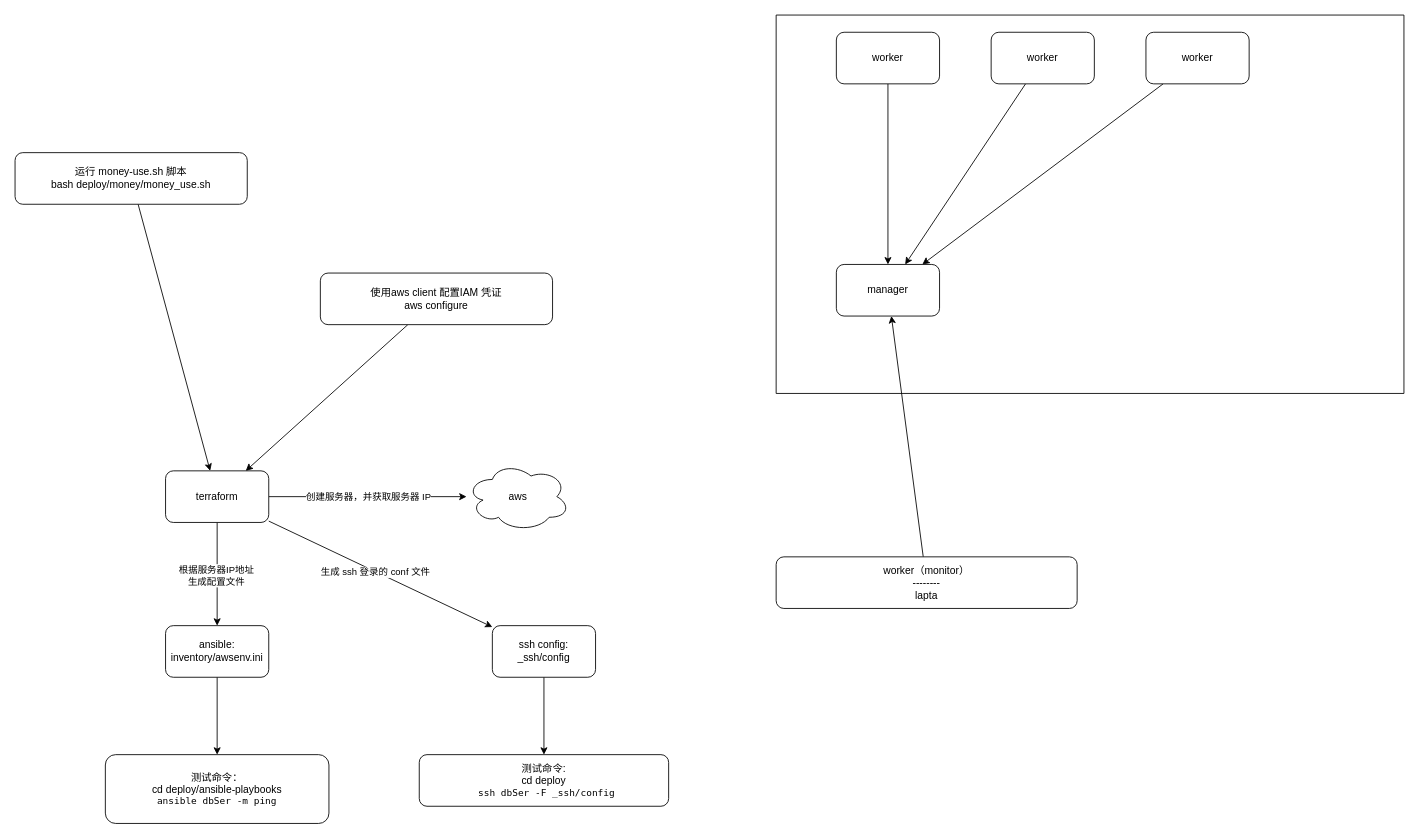
Before: _docs/architect/autoDeploy.drawio in ruandao/distribute-im-gateway, a draw.io diagram. Source tidied: cells renumbered, new cells numbered last; positions are measured from the earlier drawing's top-left corner, leaving out a move shared by most shapes. Both pictures are drawn from the tidied source at 86%, with x=0, y=0 at pixel (15, 15).
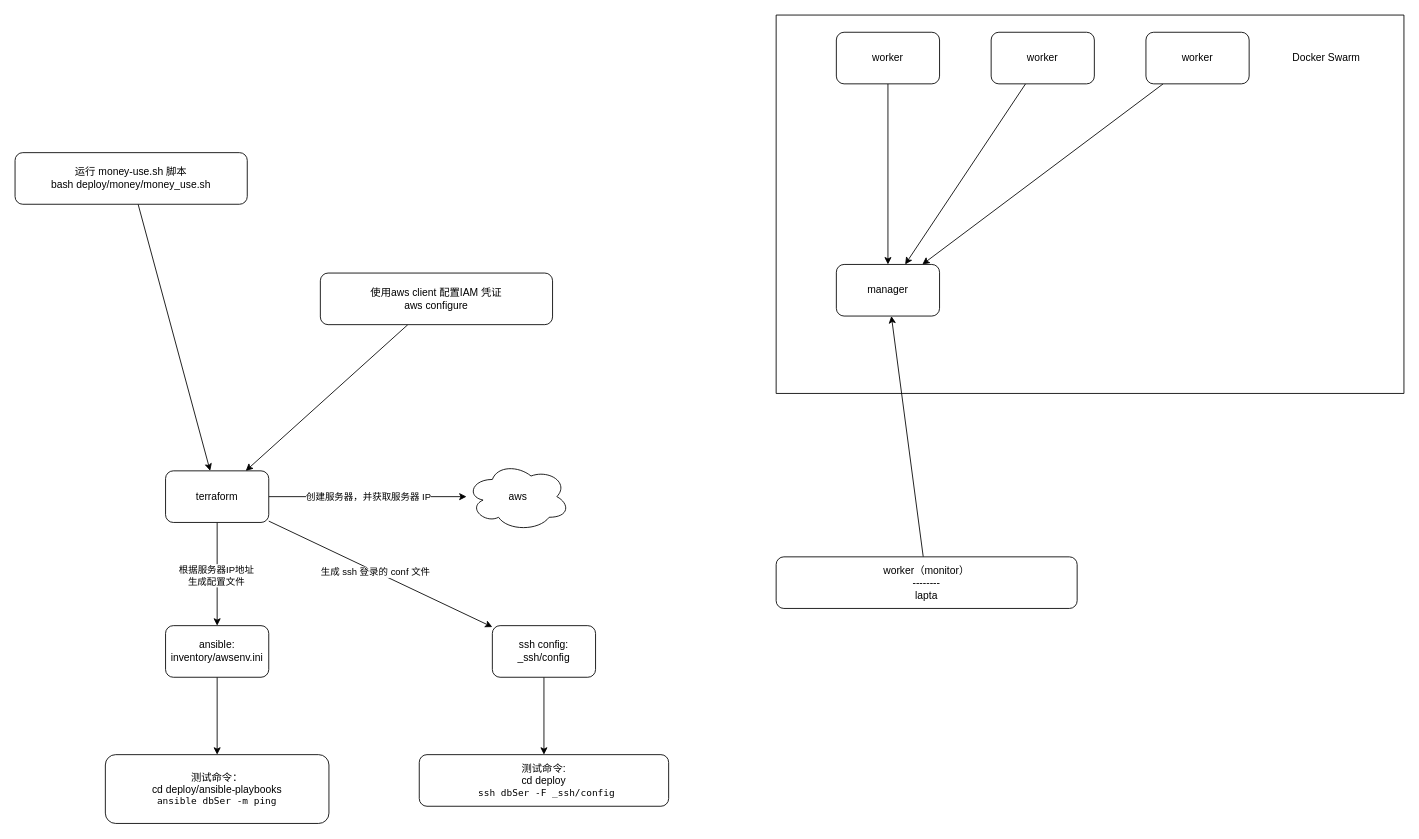
The same page after the edit.

Commit message (it also covers changes not shown here):
update for laptop script to join swarm_join_worker.sh

The change refers to these unchanged cells:
```xml
<mxCell id="20" style="swimlane;startSize=0;" parent="1" vertex="1">
  <mxGeometry x="885" width="730" height="440" as="geometry" />
</mxCell>
```

Diff of the diagram source:
```diff
@@
+    <mxCell id="30" value="Docker Swarm" style="text;html=1;align=center;verticalAlign=middle;whiteSpace=wrap;rounded=0;" parent="20" vertex="1">
+      <mxGeometry x="580" y="35" width="120" height="30" as="geometry" />
+    </mxCell>
```
